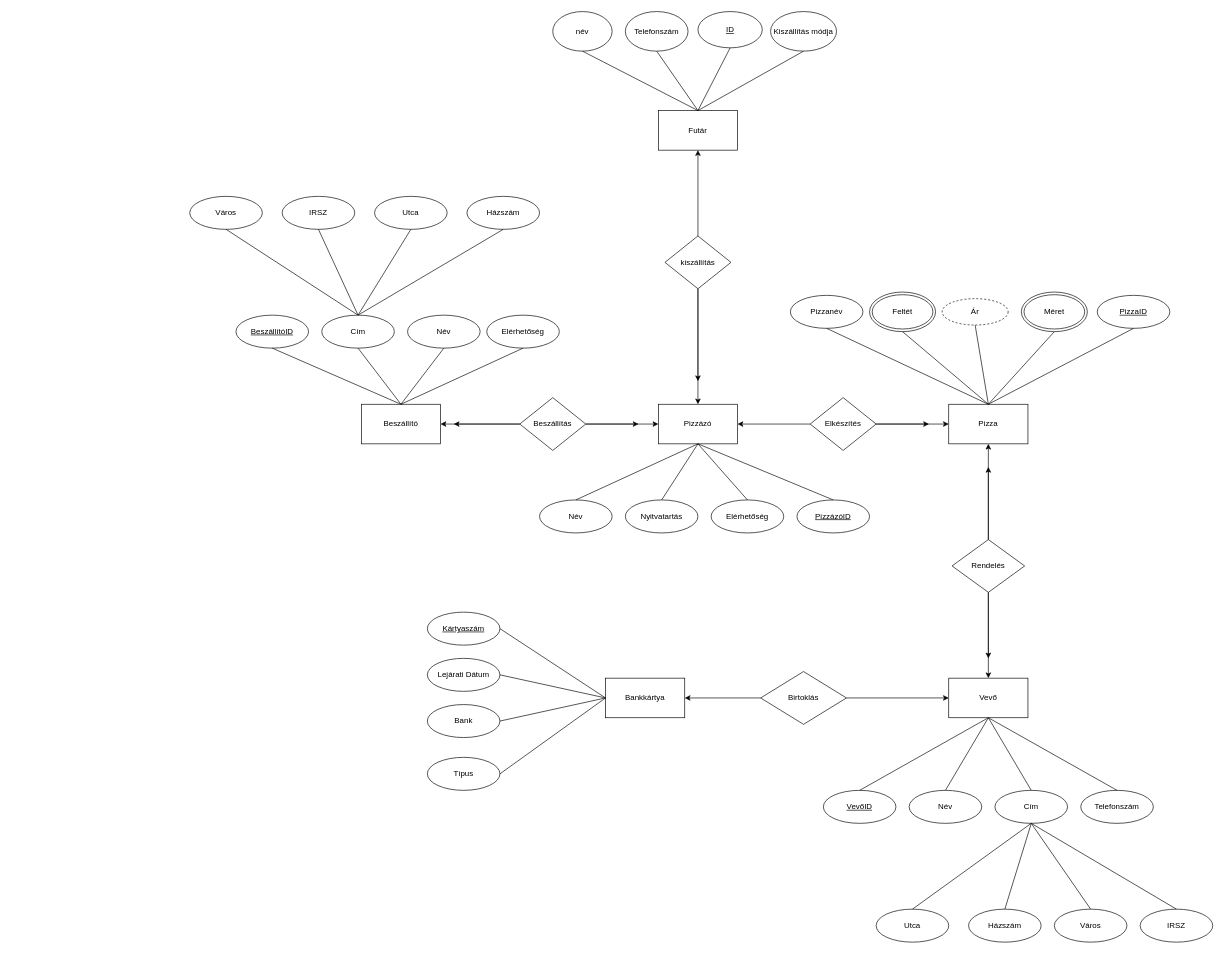
This is XML_FÉLÉVES_D1H8VP/ER_Etterem.drawio from laszlobodnar14/D1H8VPWEBXML, a draw.io file, before an edit. Source tidied: cells renumbered, new cells numbered last; positions are measured from the earlier drawing's top-left corner, leaving out a move shared by most shapes. Both pictures are drawn from the tidied source at 66%, with x=0, y=0 at pixel (189, 11).
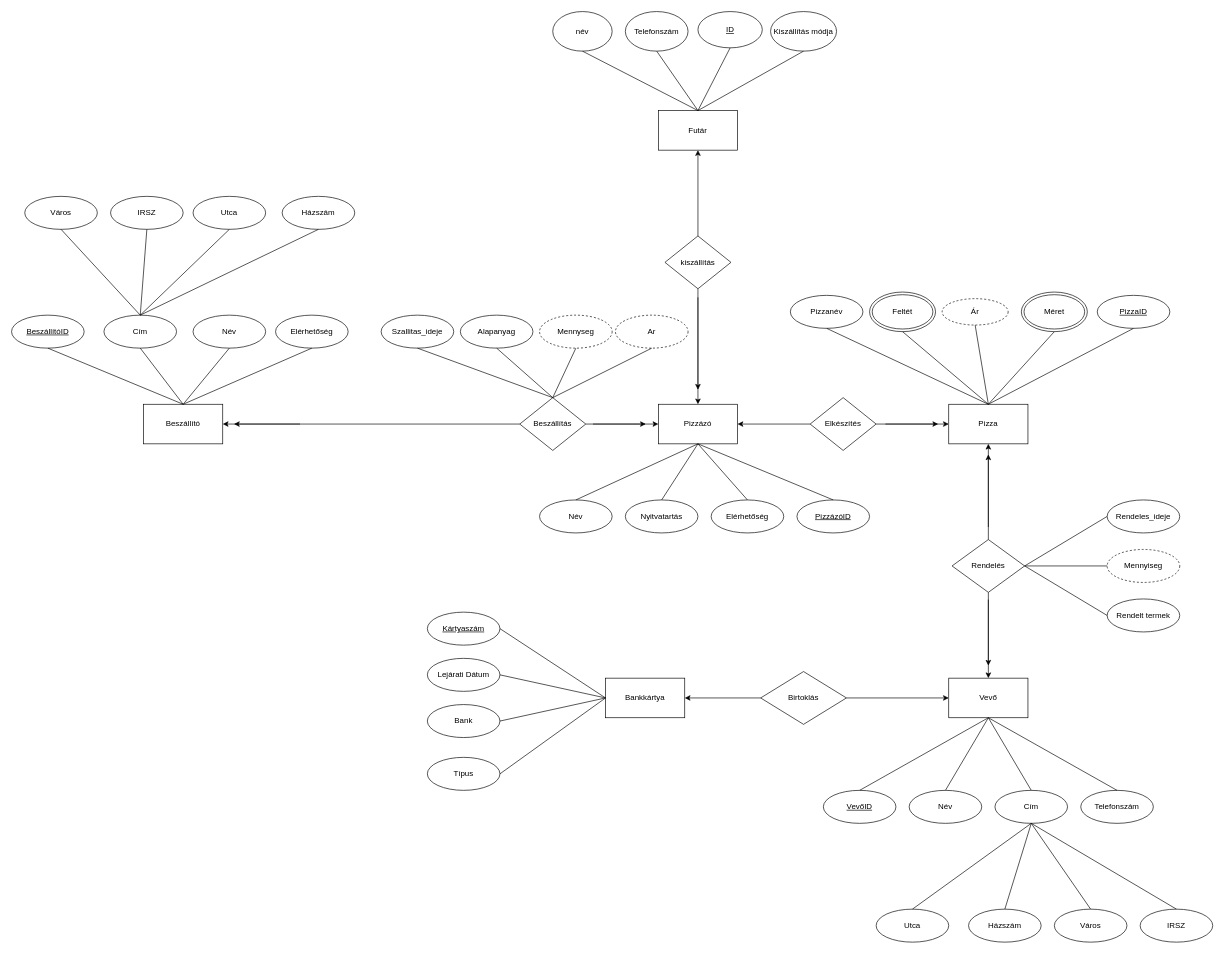
Above is the later version.

Commit message:
N:M tulajdonsag hozzaadasa

The change refers to these unchanged cells:
```xml
<mxCell id="3" value="kiszállítás" style="rhombus;whiteSpace=wrap;html=1;" parent="1" vertex="1">
  <mxGeometry x="720" y="340" width="100" height="80" as="geometry" />
</mxCell>
<mxCell id="13" value="Beszállítás" style="rhombus;whiteSpace=wrap;html=1;" parent="1" vertex="1">
  <mxGeometry x="500" y="585" width="100" height="80" as="geometry" />
</mxCell>
<mxCell id="14" value="Elkészítés" style="rhombus;whiteSpace=wrap;html=1;" parent="1" vertex="1">
  <mxGeometry x="940" y="585" width="100" height="80" as="geometry" />
</mxCell>
<mxCell id="17" value="Rendelés" style="rhombus;whiteSpace=wrap;html=1;" parent="1" vertex="1">
  <mxGeometry x="1155" y="800" width="110" height="80" as="geometry" />
</mxCell>
```

Change to the diagram source:
```diff
@@
     <mxCell id="16" value="Beszállító" style="rounded=0;whiteSpace=wrap;html=1;" parent="1" vertex="1">
-      <mxGeometry x="260" y="595" width="120" height="60" as="geometry" />
+      <mxGeometry x="-70" y="595" width="120" height="60" as="geometry" />
     </mxCell>
@@
     <mxCell id="21" value="&lt;u&gt;BeszállítóID&lt;/u&gt;" style="ellipse;whiteSpace=wrap;html=1;" parent="1" vertex="1">
-      <mxGeometry x="70" y="460" width="110" height="50" as="geometry" />
+      <mxGeometry x="-270" y="460" width="110" height="50" as="geometry" />
     </mxCell>
     <mxCell id="22" value="Cím" style="ellipse;whiteSpace=wrap;html=1;" parent="1" vertex="1">
-      <mxGeometry x="200" y="460" width="110" height="50" as="geometry" />
+      <mxGeometry x="-130" y="460" width="110" height="50" as="geometry" />
     </mxCell>
     <mxCell id="23" value="Név" style="ellipse;whiteSpace=wrap;html=1;" parent="1" vertex="1">
-      <mxGeometry x="330" y="460" width="110" height="50" as="geometry" />
+      <mxGeometry x="5" y="460" width="110" height="50" as="geometry" />
     </mxCell>
     <mxCell id="24" value="Elérhetőség" style="ellipse;whiteSpace=wrap;html=1;" parent="1" vertex="1">
-      <mxGeometry x="450" y="460" width="110" height="50" as="geometry" />
+      <mxGeometry x="130" y="460" width="110" height="50" as="geometry" />
     </mxCell>
@@
     <mxCell id="29" value="Város" style="ellipse;whiteSpace=wrap;html=1;" parent="1" vertex="1">
-      <mxGeometry y="280" width="110" height="50" as="geometry" />
+      <mxGeometry x="-250" y="280" width="110" height="50" as="geometry" />
     </mxCell>
     <mxCell id="30" value="IRSZ" style="ellipse;whiteSpace=wrap;html=1;" parent="1" vertex="1">
-      <mxGeometry x="140" y="280" width="110" height="50" as="geometry" />
+      <mxGeometry x="-120" y="280" width="110" height="50" as="geometry" />
     </mxCell>
     <mxCell id="31" value="Utca" style="ellipse;whiteSpace=wrap;html=1;" parent="1" vertex="1">
-      <mxGeometry x="280" y="280" width="110" height="50" as="geometry" />
+      <mxGeometry x="5" y="280" width="110" height="50" as="geometry" />
     </mxCell>
     <mxCell id="32" value="Házszám" style="ellipse;whiteSpace=wrap;html=1;" parent="1" vertex="1">
-      <mxGeometry x="420" y="280" width="110" height="50" as="geometry" />
+      <mxGeometry x="140" y="280" width="110" height="50" as="geometry" />
     </mxCell>
@@
-    <mxCell id="81" style="endArrow=classic;html=1;rounded=0;exitX=1;exitY=0.5;exitDx=0;exitDy=0;" parent="1" edge="1" source="14">
+    <mxCell id="81" style="endArrow=classic;html=1;rounded=0;exitX=1;exitY=0.5;exitDx=0;exitDy=0;" parent="1" edge="1">
       <mxGeometry relative="1" as="geometry">
-        <mxPoint x="1120" y="625" as="targetPoint" />
+        <mxPoint x="1054" y="625" as="sourcePoint" />
+        <mxPoint x="1134" y="625" as="targetPoint" />
       </mxGeometry>
     </mxCell>
@@
-    <mxCell id="83" style="endArrow=classic;html=1;rounded=0;exitX=0.5;exitY=1;exitDx=0;exitDy=0;" parent="1" edge="1" source="3">
+    <mxCell id="83" style="endArrow=classic;html=1;rounded=0;exitX=0.5;exitY=1;exitDx=0;exitDy=0;" parent="1" edge="1">
       <mxGeometry relative="1" as="geometry">
-        <mxPoint x="770" y="560" as="targetPoint" />
+        <mxPoint x="770" y="433" as="sourcePoint" />
+        <mxPoint x="770" y="573" as="targetPoint" />
       </mxGeometry>
     </mxCell>
@@
-    <mxCell id="86" style="endArrow=classic;html=1;rounded=0;exitX=0;exitY=0.5;exitDx=0;exitDy=0;" parent="1" edge="1" source="13">
+    <mxCell id="86" style="endArrow=classic;html=1;rounded=0;exitX=0;exitY=0.5;exitDx=0;exitDy=0;" parent="1" edge="1">
       <mxGeometry relative="1" as="geometry">
-        <mxPoint x="400" y="625" as="targetPoint" />
+        <mxPoint x="167" y="625" as="sourcePoint" />
+        <mxPoint x="67" y="625" as="targetPoint" />
       </mxGeometry>
     </mxCell>
@@
-    <mxCell id="88" style="endArrow=classic;html=1;rounded=0;exitX=1;exitY=0.5;exitDx=0;exitDy=0;" parent="1" edge="1" source="13">
+    <mxCell id="88" style="endArrow=classic;html=1;rounded=0;exitX=1;exitY=0.5;exitDx=0;exitDy=0;" parent="1" edge="1">
       <mxGeometry relative="1" as="geometry">
-        <mxPoint x="680" y="625" as="targetPoint" />
+        <mxPoint x="611" y="625" as="sourcePoint" />
+        <mxPoint x="691" y="625" as="targetPoint" />
       </mxGeometry>
     </mxCell>
@@
-    <mxCell id="92" style="endArrow=classic;html=1;rounded=0;exitX=0.5;exitY=0;exitDx=0;exitDy=0;" parent="1" edge="1" source="17">
+    <mxCell id="92" style="endArrow=classic;html=1;rounded=0;exitX=0.5;exitY=0;exitDx=0;exitDy=0;" parent="1" edge="1">
       <mxGeometry relative="1" as="geometry">
-        <mxPoint x="1210" y="690" as="targetPoint" />
+        <mxPoint x="1210" y="781" as="sourcePoint" />
+        <mxPoint x="1210" y="671" as="targetPoint" />
       </mxGeometry>
     </mxCell>
@@
-    <mxCell id="94" style="endArrow=classic;html=1;rounded=0;exitX=0.5;exitY=1;exitDx=0;exitDy=0;" parent="1" edge="1" source="17">
+    <mxCell id="94" style="endArrow=classic;html=1;rounded=0;exitX=0.5;exitY=1;exitDx=0;exitDy=0;" parent="1" edge="1">
       <mxGeometry relative="1" as="geometry">
-        <mxPoint x="1210" y="980" as="targetPoint" />
+        <mxPoint x="1210" y="891" as="sourcePoint" />
+        <mxPoint x="1210" y="991" as="targetPoint" />
       </mxGeometry>
     </mxCell>
+    <mxCell id="95" value="Rendeles_ideje" style="ellipse;whiteSpace=wrap;html=1;" parent="1" vertex="1">
+      <mxGeometry x="1390" y="740" width="110" height="50" as="geometry" />
+    </mxCell>
+    <mxCell id="96" value="Mennyiseg" style="ellipse;whiteSpace=wrap;html=1;dashed=1;" parent="1" vertex="1">
+      <mxGeometry x="1390" y="815" width="110" height="50" as="geometry" />
+    </mxCell>
+    <mxCell id="97" style="endArrow=none;html=1;rounded=0;exitX=1;exitY=0.5;exitDx=0;exitDy=0;entryX=0;entryY=0.5;entryDx=0;entryDy=0;" parent="1" edge="1" source="17" target="95">
+      <mxGeometry relative="1" as="geometry" />
+    </mxCell>
+    <mxCell id="98" style="endArrow=none;html=1;rounded=0;entryX=1;entryY=0.5;entryDx=0;entryDy=0;exitX=0;exitY=0.5;exitDx=0;exitDy=0;" parent="1" edge="1" source="96" target="17">
+      <mxGeometry relative="1" as="geometry" />
+    </mxCell>
+    <mxCell id="99" value="Szallitas_ideje" style="ellipse;whiteSpace=wrap;html=1;" parent="1" vertex="1">
+      <mxGeometry x="290" y="460" width="110" height="50" as="geometry" />
+    </mxCell>
+    <mxCell id="100" value="Ar" style="ellipse;whiteSpace=wrap;html=1;dashed=1;" parent="1" vertex="1">
+      <mxGeometry x="645" y="460" width="110" height="50" as="geometry" />
+    </mxCell>
+    <mxCell id="101" value="Alapanyag" style="ellipse;whiteSpace=wrap;html=1;" parent="1" vertex="1">
+      <mxGeometry x="410" y="460" width="110" height="50" as="geometry" />
+    </mxCell>
+    <mxCell id="102" value="Mennyseg" style="ellipse;whiteSpace=wrap;html=1;dashed=1;" parent="1" vertex="1">
+      <mxGeometry x="530" y="460" width="110" height="50" as="geometry" />
+    </mxCell>
+    <mxCell id="103" style="endArrow=none;html=1;rounded=0;entryX=0.5;entryY=0;entryDx=0;entryDy=0;exitX=0.5;exitY=1;exitDx=0;exitDy=0;" parent="1" edge="1" source="99" target="13">
+      <mxGeometry relative="1" as="geometry" />
+    </mxCell>
+    <mxCell id="104" style="endArrow=none;html=1;rounded=0;entryX=0.5;entryY=0;entryDx=0;entryDy=0;exitX=0.5;exitY=1;exitDx=0;exitDy=0;" parent="1" edge="1" source="101" target="13">
+      <mxGeometry relative="1" as="geometry" />
+    </mxCell>
+    <mxCell id="105" style="endArrow=none;html=1;rounded=0;exitX=0.5;exitY=1;exitDx=0;exitDy=0;entryX=0.5;entryY=0;entryDx=0;entryDy=0;" parent="1" edge="1" source="102" target="13">
+      <mxGeometry relative="1" as="geometry" />
+    </mxCell>
+    <mxCell id="106" style="endArrow=none;html=1;rounded=0;entryX=0.5;entryY=0;entryDx=0;entryDy=0;exitX=0.5;exitY=1;exitDx=0;exitDy=0;" parent="1" edge="1" source="100" target="13">
+      <mxGeometry relative="1" as="geometry" />
+    </mxCell>
+    <mxCell id="107" value="Rendelt termek" style="ellipse;whiteSpace=wrap;html=1;" parent="1" vertex="1">
+      <mxGeometry x="1390" y="890" width="110" height="50" as="geometry" />
+    </mxCell>
+    <mxCell id="108" style="endArrow=none;html=1;rounded=0;entryX=1;entryY=0.5;entryDx=0;entryDy=0;exitX=0;exitY=0.5;exitDx=0;exitDy=0;" parent="1" edge="1" source="107" target="17">
+      <mxGeometry relative="1" as="geometry" />
+    </mxCell>
```
